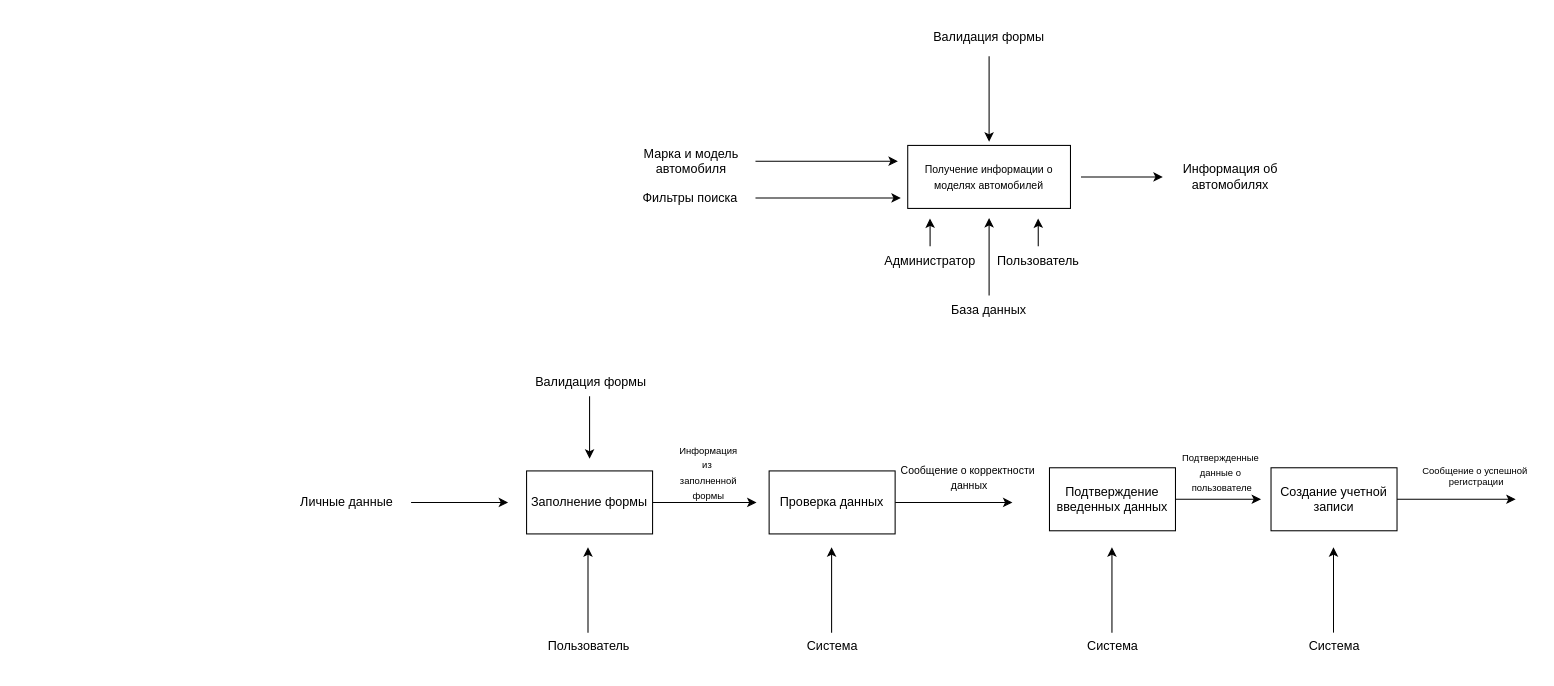
Earlier version of the draw.io diagram ПИС/Lab2/Контекстая диаграмма.drawio (SaintDesire/Labs_4-1). Source tidied: cells renumbered, new cells numbered last; positions are measured from the earlier drawing's top-left corner, leaving out a move shared by most shapes. Both pictures are drawn from the tidied source at 105%, with x=0, y=0 at pixel (282, 18).
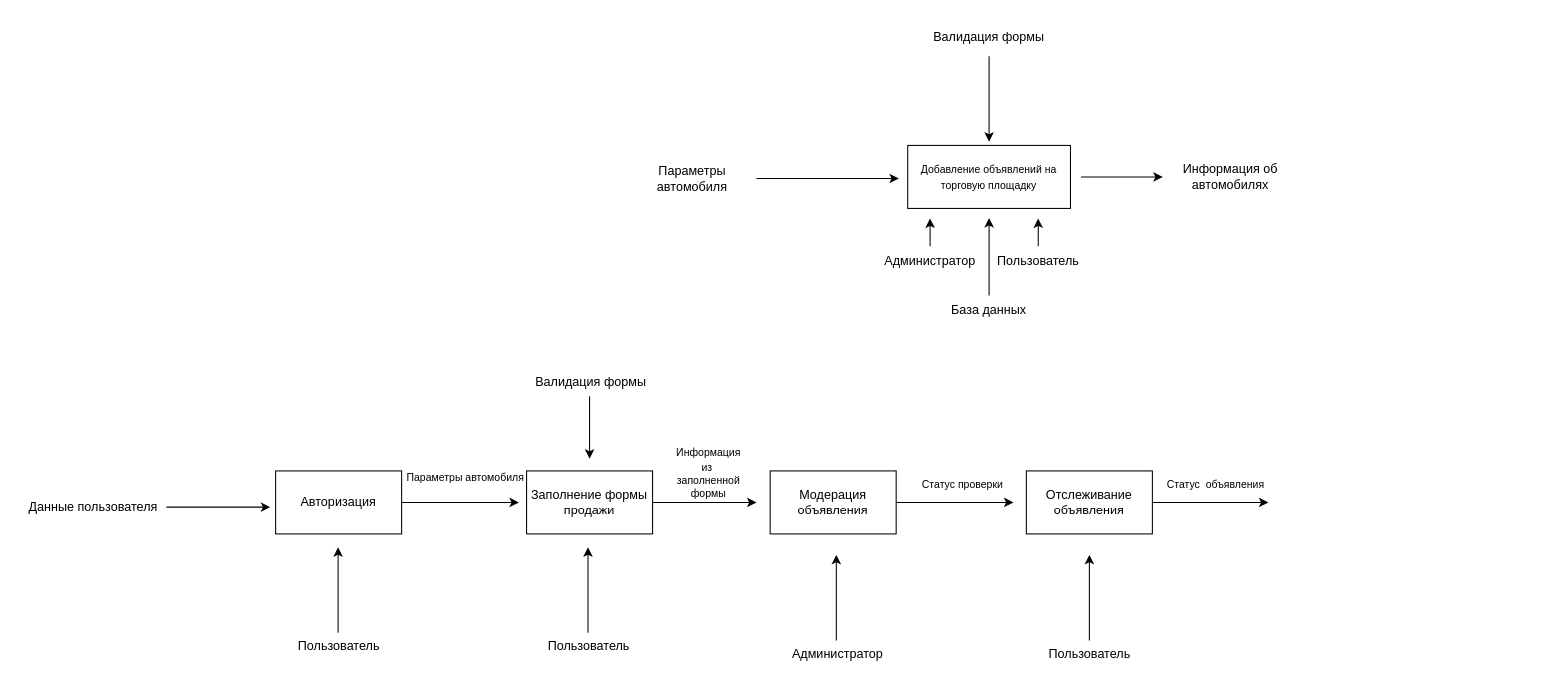
Above is the later version.

Diff of the diagram source:
```diff
@@
-    <mxCell id="3" value="&lt;font style=&quot;font-size: 10px;&quot;&gt;Получение информации о моделях автомобилей&lt;/font&gt;" style="rounded=0;whiteSpace=wrap;html=1;" parent="1" vertex="1">
+    <mxCell id="3" value="&lt;font style=&quot;font-size: 10px;&quot;&gt;Добавление объявлений на торговую площадку&lt;/font&gt;" style="rounded=0;whiteSpace=wrap;html=1;" parent="1" vertex="1">
       <mxGeometry x="595" y="121" width="155" height="60" as="geometry" />
     </mxCell>
     <mxCell id="4" style="edgeStyle=orthogonalEdgeStyle;rounded=0;jettySize=auto;html=1;" parent="1" edge="1" source="5">
       <mxGeometry relative="1" as="geometry">
-        <mxPoint x="585.6" y="136" as="targetPoint" />
+        <mxPoint x="586.6" y="152.5" as="targetPoint" />
       </mxGeometry>
     </mxCell>
-    <mxCell id="5" value="Марка и модель автомобиля" style="text;html=1;align=center;verticalAlign=middle;whiteSpace=wrap;rounded=0;" parent="1" vertex="1">
-      <mxGeometry x="328" y="121" width="122" height="30" as="geometry" />
+    <mxCell id="5" value="Параметры автомобиля" style="text;html=1;align=center;verticalAlign=middle;whiteSpace=wrap;rounded=0;" parent="1" vertex="1">
+      <mxGeometry x="329" y="137.5" width="122" height="30" as="geometry" />
     </mxCell>
@@
-    <mxCell id="15" style="edgeStyle=orthogonalEdgeStyle;rounded=0;jettySize=auto;html=1;" parent="1" edge="1" source="16">
-      <mxGeometry relative="1" as="geometry">
-        <mxPoint x="588.4" y="171" as="targetPoint" />
-      </mxGeometry>
-    </mxCell>
-    <mxCell id="16" value="Фильтры поиска" style="text;html=1;align=center;verticalAlign=middle;whiteSpace=wrap;rounded=0;" parent="1" vertex="1">
-      <mxGeometry x="326" y="156" width="124" height="30" as="geometry" />
-    </mxCell>
-    <mxCell id="17" style="edgeStyle=orthogonalEdgeStyle;rounded=0;jettySize=auto;html=1;" parent="1" edge="1" source="18">
-      <mxGeometry relative="1" as="geometry">
-        <mxPoint x="214.4" y="461" as="targetPoint" />
-      </mxGeometry>
-    </mxCell>
-    <mxCell id="18" value="Личные данные" style="text;html=1;align=center;verticalAlign=middle;whiteSpace=wrap;rounded=0;" parent="1" vertex="1">
-      <mxGeometry y="446" width="122" height="30" as="geometry" />
+    <mxCell id="18" value="&lt;font style=&quot;font-size: 10px;&quot;&gt;Параметры автомобиля&lt;/font&gt;" style="text;html=1;align=center;verticalAlign=middle;whiteSpace=wrap;rounded=0;" parent="1" vertex="1">
+      <mxGeometry x="113" y="421.5" width="122" height="30" as="geometry" />
     </mxCell>
@@
-    <mxCell id="20" value="Заполнение формы" style="whiteSpace=wrap;html=1;" parent="1" vertex="1">
+    <mxCell id="20" value="Заполнение формы продажи" style="whiteSpace=wrap;html=1;" parent="1" vertex="1">
       <mxGeometry x="232" y="431" width="120" height="60" as="geometry" />
     </mxCell>
@@
-    <mxCell id="25" style="edgeStyle=orthogonalEdgeStyle;rounded=0;jettySize=auto;html=1;" parent="1" edge="1" source="26">
-      <mxGeometry relative="1" as="geometry">
-        <mxPoint x="931.5" y="458" as="targetPoint" />
-      </mxGeometry>
-    </mxCell>
+    <mxCell id="41" style="edgeStyle=orthogonalEdgeStyle;rounded=0;jettySize=auto;html=1;" parent="1" edge="1" source="26">
+      <mxGeometry relative="1" as="geometry">
+        <mxPoint x="695.7" y="461" as="targetPoint" />
+      </mxGeometry>
+    </mxCell>
-    <mxCell id="26" value="Подтверждение введенных данных" style="whiteSpace=wrap;html=1;" parent="1" vertex="1">
-      <mxGeometry x="730" y="428" width="120" height="60" as="geometry" />
+    <mxCell id="26" value="Модерация объявления" style="whiteSpace=wrap;html=1;" parent="1" vertex="1">
+      <mxGeometry x="464" y="431" width="120" height="60" as="geometry" />
     </mxCell>
-    <mxCell id="27" value="&lt;font size=&quot;1&quot;&gt;&lt;span style=&quot;text-wrap: wrap; font-size: 9px;&quot;&gt;Информация из&amp;nbsp;&lt;/span&gt;&lt;/font&gt;&lt;div&gt;&lt;font size=&quot;1&quot;&gt;&lt;span style=&quot;text-wrap: wrap; font-size: 9px;&quot;&gt;заполненной формы&lt;/span&gt;&lt;/font&gt;&lt;/div&gt;" style="text;html=1;align=center;verticalAlign=middle;strokeColor=none;fillColor=none;" parent="1" vertex="1">
-      <mxGeometry x="352" y="411" width="105" height="41" as="geometry" />
+    <mxCell id="27" value="&lt;font style=&quot;font-size: 10px;&quot;&gt;&lt;span style=&quot;text-wrap: wrap;&quot;&gt;Информация из&amp;nbsp;&lt;/span&gt;&lt;/font&gt;&lt;div style=&quot;font-size: 10px;&quot;&gt;&lt;font style=&quot;font-size: 10px;&quot;&gt;&lt;span style=&quot;text-wrap: wrap;&quot;&gt;заполненной формы&lt;/span&gt;&lt;/font&gt;&lt;/div&gt;" style="text;html=1;align=center;verticalAlign=middle;strokeColor=none;fillColor=none;" parent="1" vertex="1">
+      <mxGeometry x="348" y="413" width="114" height="38" as="geometry" />
     </mxCell>
-    <mxCell id="28" style="edgeStyle=orthogonalEdgeStyle;rounded=0;jettySize=auto;html=1;" parent="1" edge="1" source="29">
-      <mxGeometry relative="1" as="geometry">
-        <mxPoint x="1174" y="458" as="targetPoint" />
-      </mxGeometry>
-    </mxCell>
-    <mxCell id="29" value="Создание учетной записи" style="whiteSpace=wrap;html=1;" parent="1" vertex="1">
-      <mxGeometry x="941" y="428" width="120" height="60" as="geometry" />
-    </mxCell>
-    <mxCell id="30" value="&lt;font style=&quot;font-size: 9px;&quot;&gt;Подтвержденные&amp;nbsp;&lt;/font&gt;&lt;div&gt;&lt;font style=&quot;font-size: 9px;&quot;&gt;данные о&amp;nbsp;&lt;/font&gt;&lt;/div&gt;&lt;div&gt;&lt;font style=&quot;font-size: 9px;&quot;&gt;пользователе&lt;/font&gt;&lt;/div&gt;" style="text;html=1;align=center;verticalAlign=middle;strokeColor=none;fillColor=none;" parent="1" vertex="1">
-      <mxGeometry x="847" y="404" width="94" height="55" as="geometry" />
+    <mxCell id="30" value="&lt;font size=&quot;1&quot;&gt;Статус проверки&lt;/font&gt;" style="text;html=1;align=center;verticalAlign=middle;strokeColor=none;fillColor=none;" parent="1" vertex="1">
+      <mxGeometry x="599" y="431" width="95" height="26" as="geometry" />
     </mxCell>
-    <mxCell id="31" value="&lt;font style=&quot;font-size: 9px;&quot;&gt;Сообщение о успешной&lt;/font&gt;&lt;div style=&quot;font-size: 9px;&quot;&gt;&lt;font style=&quot;font-size: 9px;&quot;&gt;&amp;nbsp;регистрации&lt;/font&gt;&lt;/div&gt;" style="text;html=1;align=center;verticalAlign=middle;strokeColor=none;fillColor=none;" parent="1" vertex="1">
-      <mxGeometry x="1076" y="416" width="118" height="37" as="geometry" />
-    </mxCell>
     <mxCell id="32" style="edgeStyle=orthogonalEdgeStyle;rounded=0;jettySize=auto;html=1;" parent="1" edge="1" source="33">
       <mxGeometry relative="1" as="geometry">
-        <mxPoint x="789.5" y="503.8" as="targetPoint" />
+        <mxPoint x="527" y="511" as="targetPoint" />
       </mxGeometry>
     </mxCell>
-    <mxCell id="33" value="Система" style="text;html=1;align=center;verticalAlign=middle;points=[];strokeColor=none;fillColor=none;" parent="1" vertex="1">
-      <mxGeometry x="757" y="585" width="66" height="26" as="geometry" />
+    <mxCell id="33" value="Администратор" style="text;html=1;align=center;verticalAlign=middle;points=[];strokeColor=none;fillColor=none;" parent="1" vertex="1">
+      <mxGeometry x="475" y="592.5" width="105" height="26" as="geometry" />
     </mxCell>
-    <mxCell id="34" style="edgeStyle=orthogonalEdgeStyle;rounded=0;jettySize=auto;html=1;" parent="1" edge="1" source="35">
-      <mxGeometry relative="1" as="geometry">
-        <mxPoint x="1000.5" y="503.8" as="targetPoint" />
-      </mxGeometry>
-    </mxCell>
-    <mxCell id="35" value="Система" style="text;html=1;align=center;verticalAlign=middle;points=[];strokeColor=none;fillColor=none;" parent="1" vertex="1">
-      <mxGeometry x="968" y="585" width="66" height="26" as="geometry" />
-    </mxCell>
-    <mxCell id="36" style="edgeStyle=orthogonalEdgeStyle;rounded=0;jettySize=auto;html=1;" parent="1" edge="1" source="37">
-      <mxGeometry relative="1" as="geometry">
-        <mxPoint x="694.7" y="461" as="targetPoint" />
-      </mxGeometry>
-    </mxCell>
-    <mxCell id="37" value="Проверка данных" style="whiteSpace=wrap;html=1;" parent="1" vertex="1">
-      <mxGeometry x="463" y="431" width="120" height="60" as="geometry" />
-    </mxCell>
-    <mxCell id="38" style="edgeStyle=orthogonalEdgeStyle;rounded=0;jettySize=auto;html=1;" parent="1" edge="1" source="39">
-      <mxGeometry relative="1" as="geometry">
-        <mxPoint x="522.5" y="503.8" as="targetPoint" />
-      </mxGeometry>
-    </mxCell>
-    <mxCell id="39" value="Система" style="text;html=1;align=center;verticalAlign=middle;points=[];strokeColor=none;fillColor=none;" parent="1" vertex="1">
-      <mxGeometry x="490" y="585" width="66" height="26" as="geometry" />
-    </mxCell>
-    <mxCell id="40" value="&lt;font size=&quot;1&quot;&gt;Сообщение о корректности&lt;/font&gt;&lt;div&gt;&lt;font size=&quot;1&quot;&gt;&amp;nbsp;данных&lt;/font&gt;&lt;/div&gt;" style="text;html=1;align=center;verticalAlign=middle;strokeColor=none;fillColor=none;" parent="1" vertex="1">
-      <mxGeometry x="579" y="416" width="146" height="41" as="geometry" />
-    </mxCell>
+    <mxCell id="42" style="edgeStyle=orthogonalEdgeStyle;rounded=0;jettySize=auto;html=1;" parent="1" edge="1" source="43">
+      <mxGeometry relative="1" as="geometry">
+        <mxPoint x="224.7" y="461" as="targetPoint" />
+      </mxGeometry>
+    </mxCell>
+    <mxCell id="43" value="Авторизация" style="whiteSpace=wrap;html=1;" parent="1" vertex="1">
+      <mxGeometry x="-7" y="431" width="120" height="60" as="geometry" />
+    </mxCell>
+    <mxCell id="44" style="edgeStyle=orthogonalEdgeStyle;rounded=0;jettySize=auto;html=1;" parent="1" edge="1" source="45">
+      <mxGeometry relative="1" as="geometry">
+        <mxPoint x="52.5" y="503.8" as="targetPoint" />
+      </mxGeometry>
+    </mxCell>
+    <mxCell id="45" value="Пользователь" style="text;html=1;align=center;verticalAlign=middle;points=[];strokeColor=none;fillColor=none;" parent="1" vertex="1">
+      <mxGeometry x="5" y="585" width="96" height="26" as="geometry" />
+    </mxCell>
+    <mxCell id="46" style="edgeStyle=orthogonalEdgeStyle;rounded=0;jettySize=auto;html=1;" parent="1" edge="1" source="47">
+      <mxGeometry relative="1" as="geometry">
+        <mxPoint x="-12.1" y="465.5" as="targetPoint" />
+      </mxGeometry>
+    </mxCell>
+    <mxCell id="47" value="Данные пользователя" style="text;html=1;align=center;verticalAlign=middle;points=[];strokeColor=none;fillColor=none;" parent="1" vertex="1">
+      <mxGeometry x="-252" y="452.5" width="141" height="26" as="geometry" />
+    </mxCell>
+    <mxCell id="48" style="edgeStyle=orthogonalEdgeStyle;rounded=0;jettySize=auto;html=1;" parent="1" edge="1" source="49">
+      <mxGeometry relative="1" as="geometry">
+        <mxPoint x="938.5" y="461" as="targetPoint" />
+      </mxGeometry>
+    </mxCell>
+    <mxCell id="49" value="Отслеживание объявления" style="whiteSpace=wrap;html=1;" parent="1" vertex="1">
+      <mxGeometry x="708" y="431" width="120" height="60" as="geometry" />
+    </mxCell>
+    <mxCell id="50" value="&lt;font size=&quot;1&quot;&gt;Статус&amp;nbsp; объявления&lt;/font&gt;" style="text;html=1;align=center;verticalAlign=middle;strokeColor=none;fillColor=none;" parent="1" vertex="1">
+      <mxGeometry x="832" y="431" width="111" height="26" as="geometry" />
+    </mxCell>
+    <mxCell id="51" style="edgeStyle=orthogonalEdgeStyle;rounded=0;jettySize=auto;html=1;" parent="1" edge="1" source="52">
+      <mxGeometry relative="1" as="geometry">
+        <mxPoint x="768" y="511" as="targetPoint" />
+      </mxGeometry>
+    </mxCell>
+    <mxCell id="52" value="Пользователь" style="text;html=1;align=center;verticalAlign=middle;points=[];strokeColor=none;fillColor=none;" parent="1" vertex="1">
+      <mxGeometry x="720" y="592.5" width="96" height="26" as="geometry" />
+    </mxCell>
```
